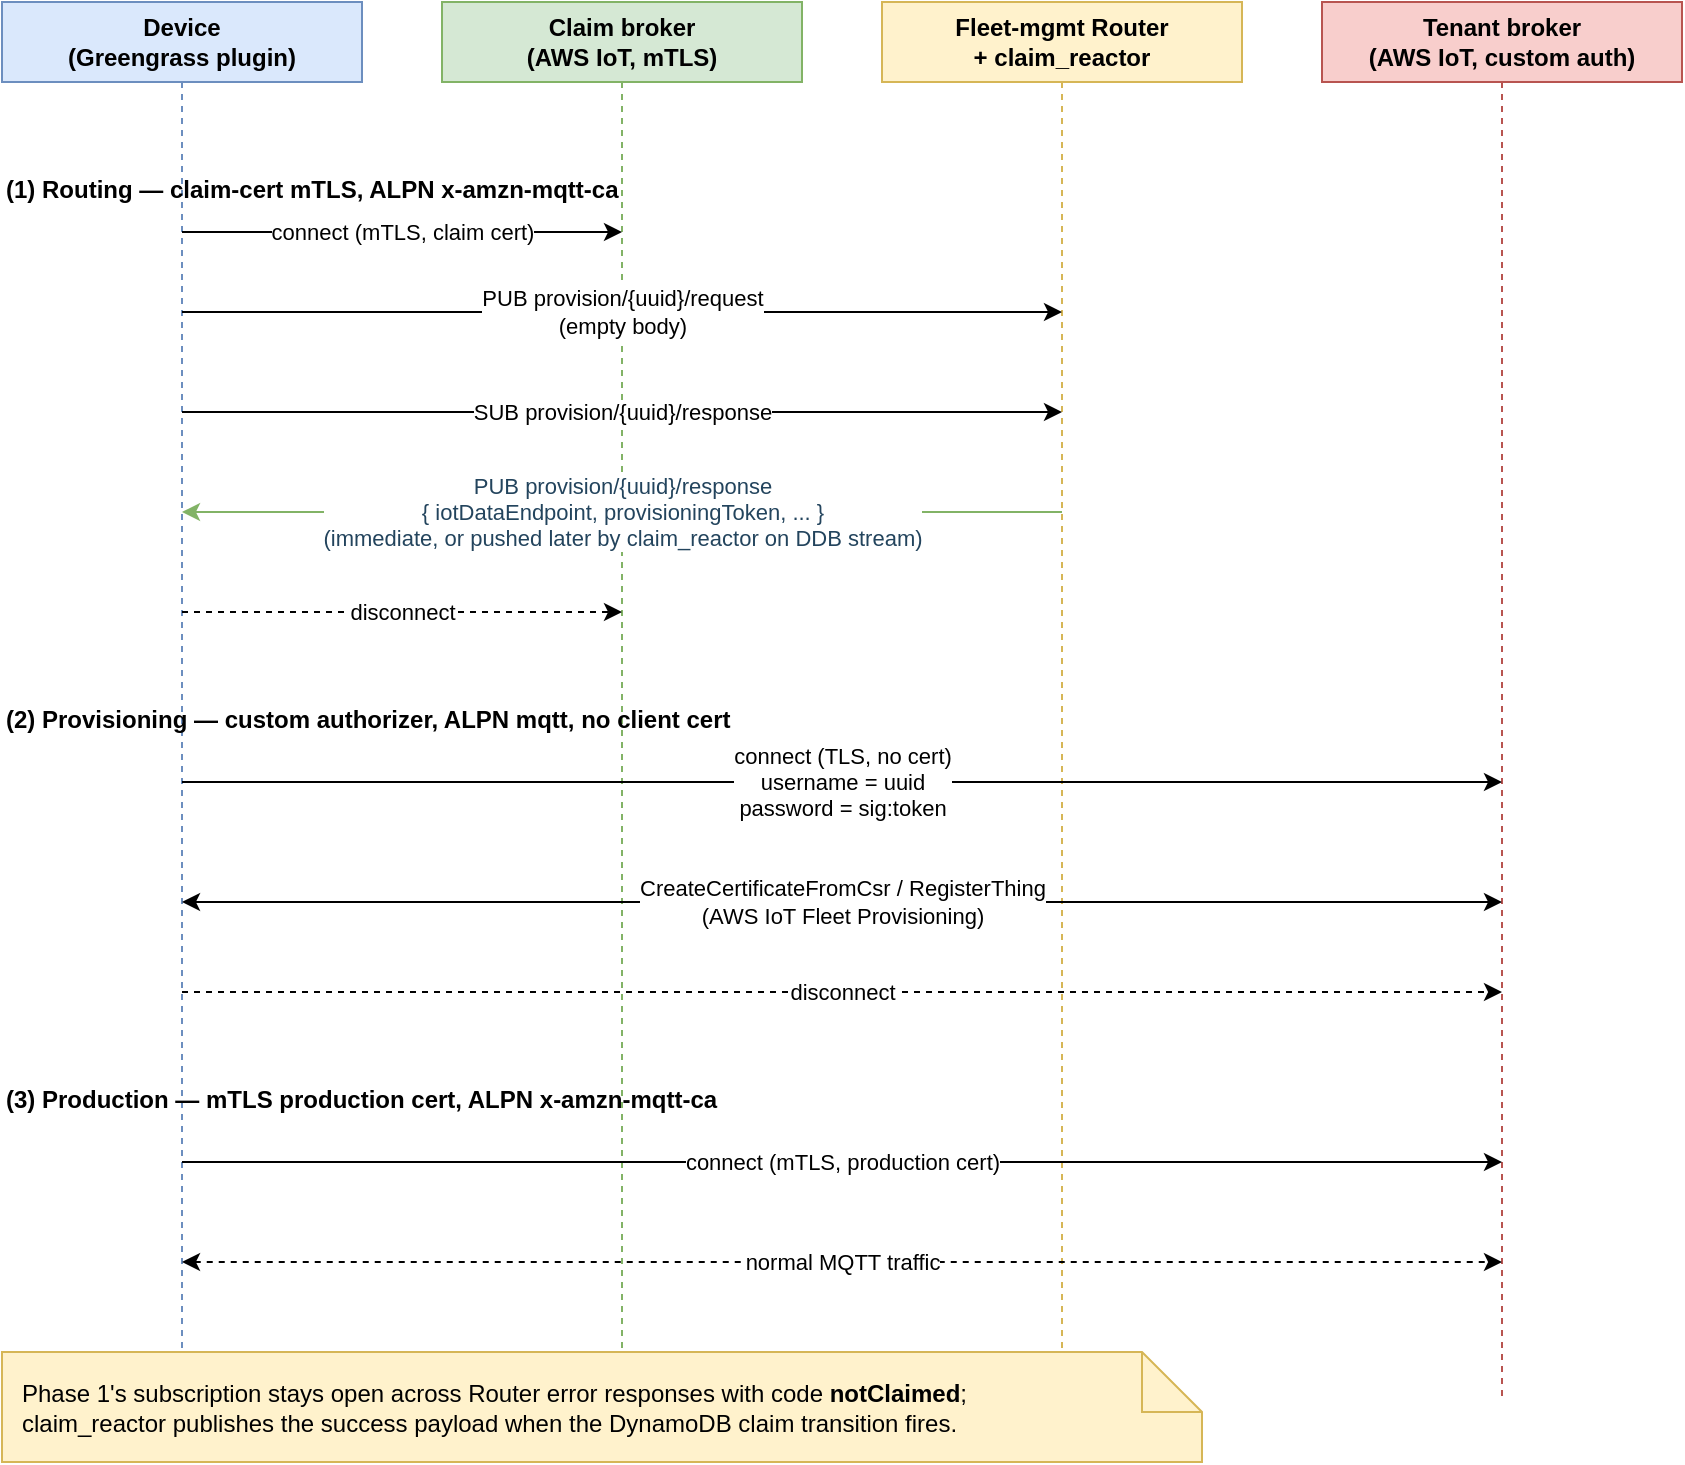
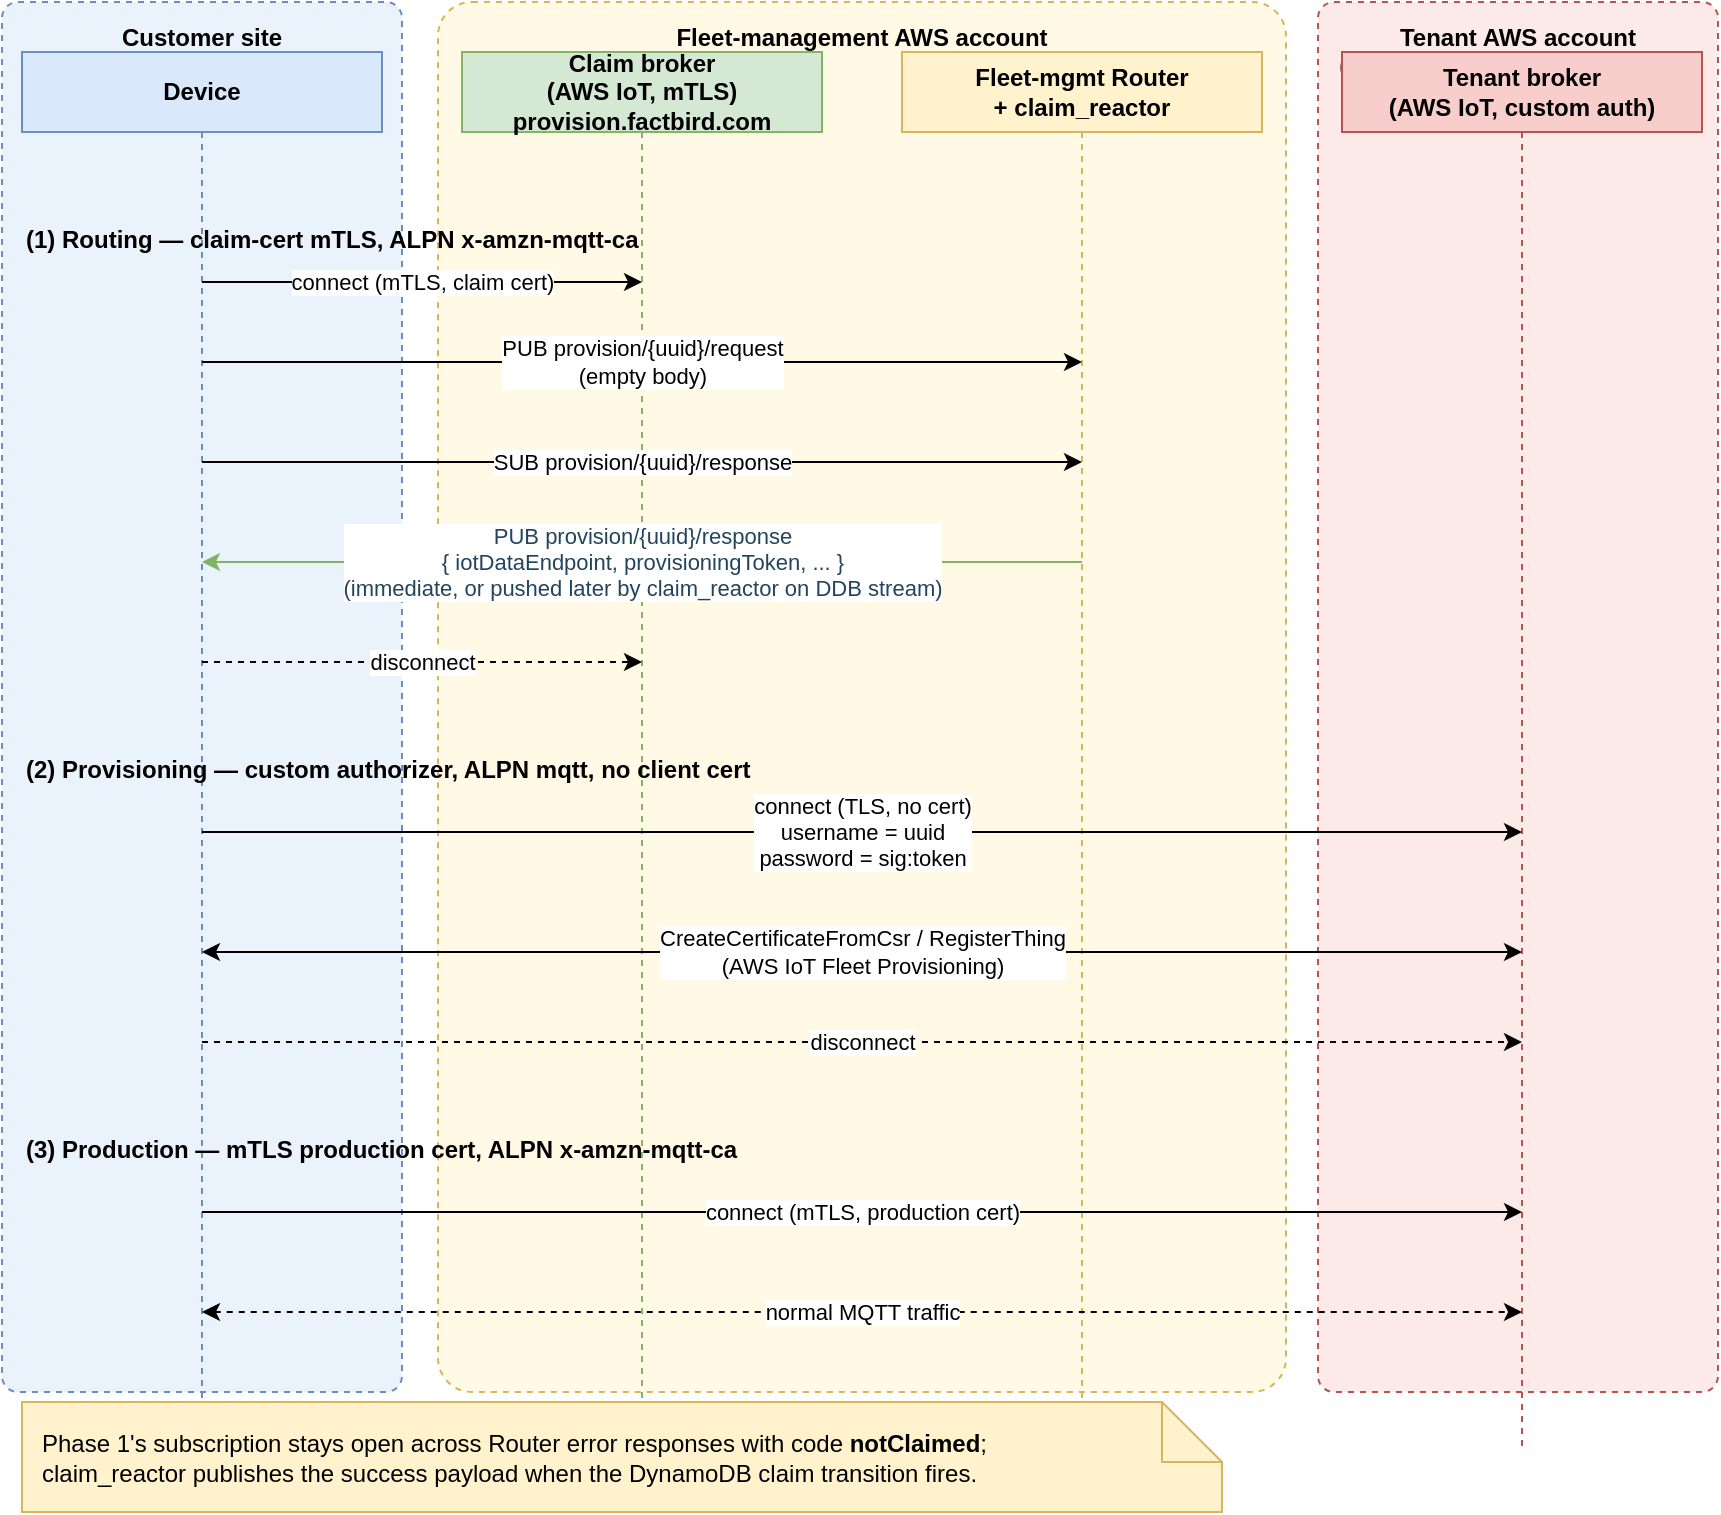
<?xml version="1.0" encoding="UTF-8"?>
<mxfile host="app.diagrams.net" type="device">
  <diagram id="provisioning-flow" name="Provisioning flow">
    <mxGraphModel dx="1422" dy="800" grid="1" gridSize="10" guides="1" tooltips="1" connect="1" arrows="1" fold="1" page="1" pageScale="1" pageWidth="980" pageHeight="800" math="0" shadow="0">
      <root>
        <mxCell id="0"/>
        <mxCell id="1" parent="0"/>

+         <!-- ===== Account / site boundaries (drawn first = behind lifelines) ===== -->
+         <mxCell id="acct-customer" value="Customer site" style="rounded=1;whiteSpace=wrap;html=1;dashed=1;fillColor=#EAF2FB;strokeColor=#6C8EBF;verticalAlign=top;fontStyle=1;fontSize=12;spacingTop=4;arcSize=4;" vertex="1" parent="1">
+           <mxGeometry x="30" y="15" width="200" height="695" as="geometry"/>
+         </mxCell>
+         <mxCell id="acct-fleet" value="Fleet-management AWS account" style="rounded=1;whiteSpace=wrap;html=1;dashed=1;fillColor=#FFF9E6;strokeColor=#D6B656;verticalAlign=top;fontStyle=1;fontSize=12;spacingTop=4;arcSize=4;" vertex="1" parent="1">
+           <mxGeometry x="248" y="15" width="424" height="695" as="geometry"/>
+         </mxCell>
+         <mxCell id="acct-tenant" value="Tenant AWS account&#10;(1 of N — one identical account per tenant)" style="rounded=1;whiteSpace=wrap;html=1;dashed=1;fillColor=#FBEAE8;strokeColor=#B85450;verticalAlign=top;fontStyle=1;fontSize=12;spacingTop=4;arcSize=4;" vertex="1" parent="1">
+           <mxGeometry x="688" y="15" width="200" height="695" as="geometry"/>
+         </mxCell>
+ 
        <!-- ===== Lifelines ===== -->
-         <mxCell id="dev" value="Device&lt;br&gt;(Greengrass plugin)" style="shape=umlLifeline;perimeter=lifelinePerimeter;whiteSpace=wrap;html=1;fillColor=#DAE8FC;strokeColor=#6C8EBF;fontStyle=1;" vertex="1" parent="1">
+         <mxCell id="dev" value="Device" style="shape=umlLifeline;perimeter=lifelinePerimeter;whiteSpace=wrap;html=1;fillColor=#DAE8FC;strokeColor=#6C8EBF;fontStyle=1;" vertex="1" parent="1">
          <mxGeometry x="40" y="40" width="180" height="700" as="geometry"/>
        </mxCell>
-         <mxCell id="claim" value="Claim broker&lt;br&gt;(AWS IoT, mTLS)" style="shape=umlLifeline;perimeter=lifelinePerimeter;whiteSpace=wrap;html=1;fillColor=#D5E8D4;strokeColor=#82B366;fontStyle=1;" vertex="1" parent="1">
+         <mxCell id="claim" value="Claim broker&lt;br&gt;(AWS IoT, mTLS)&lt;br&gt;provision.factbird.com" style="shape=umlLifeline;perimeter=lifelinePerimeter;whiteSpace=wrap;html=1;fillColor=#D5E8D4;strokeColor=#82B366;fontStyle=1;" vertex="1" parent="1">
          <mxGeometry x="260" y="40" width="180" height="700" as="geometry"/>
        </mxCell>
        <mxCell id="router" value="Fleet-mgmt Router&lt;br&gt;+ claim_reactor" style="shape=umlLifeline;perimeter=lifelinePerimeter;whiteSpace=wrap;html=1;fillColor=#FFF2CC;strokeColor=#D6B656;fontStyle=1;" vertex="1" parent="1">
          <mxGeometry x="480" y="40" width="180" height="700" as="geometry"/>
        </mxCell>
        <mxCell id="tenant" value="Tenant broker&lt;br&gt;(AWS IoT, custom auth)" style="shape=umlLifeline;perimeter=lifelinePerimeter;whiteSpace=wrap;html=1;fillColor=#F8CECC;strokeColor=#B85450;fontStyle=1;" vertex="1" parent="1">
          <mxGeometry x="700" y="40" width="180" height="700" as="geometry"/>
        </mxCell>

        <!-- ===== Phase 1: Routing ===== -->
        <mxCell id="phase1" value="(1) Routing — claim-cert mTLS, ALPN x-amzn-mqtt-ca" style="text;html=1;align=left;fontSize=12;fontStyle=1;" vertex="1" parent="1">
          <mxGeometry x="40" y="120" width="540" height="20" as="geometry"/>
        </mxCell>

        <mxCell id="msg1" value="connect (mTLS, claim cert)" style="endArrow=classic;html=1;rounded=0;" edge="1" parent="1">
          <mxGeometry relative="1" as="geometry">
            <mxPoint x="130" y="155" as="sourcePoint"/>
            <mxPoint x="350" y="155" as="targetPoint"/>
          </mxGeometry>
        </mxCell>

        <mxCell id="msg2" value="PUB provision/{uuid}/request&#10;(empty body)" style="endArrow=classic;html=1;rounded=0;" edge="1" parent="1">
          <mxGeometry relative="1" as="geometry">
            <mxPoint x="130" y="195" as="sourcePoint"/>
            <mxPoint x="570" y="195" as="targetPoint"/>
          </mxGeometry>
        </mxCell>

        <mxCell id="msg3" value="SUB provision/{uuid}/response" style="endArrow=classic;html=1;rounded=0;" edge="1" parent="1">
          <mxGeometry relative="1" as="geometry">
            <mxPoint x="130" y="245" as="sourcePoint"/>
            <mxPoint x="570" y="245" as="targetPoint"/>
          </mxGeometry>
        </mxCell>

        <mxCell id="msg4" value="PUB provision/{uuid}/response&#10;{ iotDataEndpoint, provisioningToken, ... }&#10;(immediate, or pushed later by claim_reactor on DDB stream)" style="endArrow=classic;html=1;rounded=0;strokeColor=#82B366;fontColor=#23445D;" edge="1" parent="1">
          <mxGeometry relative="1" as="geometry">
            <mxPoint x="570" y="295" as="sourcePoint"/>
            <mxPoint x="130" y="295" as="targetPoint"/>
          </mxGeometry>
        </mxCell>

        <mxCell id="msg5" value="disconnect" style="endArrow=classic;html=1;rounded=0;dashed=1;" edge="1" parent="1">
          <mxGeometry relative="1" as="geometry">
            <mxPoint x="130" y="345" as="sourcePoint"/>
            <mxPoint x="350" y="345" as="targetPoint"/>
          </mxGeometry>
        </mxCell>

        <!-- ===== Phase 2: Custom-auth provisioning ===== -->
        <mxCell id="phase2" value="(2) Provisioning — custom authorizer, ALPN mqtt, no client cert" style="text;html=1;align=left;fontSize=12;fontStyle=1;" vertex="1" parent="1">
          <mxGeometry x="40" y="385" width="600" height="20" as="geometry"/>
        </mxCell>

        <mxCell id="msg6" value="connect (TLS, no cert)&#10;username = uuid&#10;password = sig:token" style="endArrow=classic;html=1;rounded=0;" edge="1" parent="1">
          <mxGeometry relative="1" as="geometry">
            <mxPoint x="130" y="430" as="sourcePoint"/>
            <mxPoint x="790" y="430" as="targetPoint"/>
          </mxGeometry>
        </mxCell>

        <mxCell id="msg7" value="CreateCertificateFromCsr / RegisterThing&#10;(AWS IoT Fleet Provisioning)" style="endArrow=classic;startArrow=classic;html=1;rounded=0;" edge="1" parent="1">
          <mxGeometry relative="1" as="geometry">
            <mxPoint x="130" y="490" as="sourcePoint"/>
            <mxPoint x="790" y="490" as="targetPoint"/>
          </mxGeometry>
        </mxCell>

        <mxCell id="msg8" value="disconnect" style="endArrow=classic;html=1;rounded=0;dashed=1;" edge="1" parent="1">
          <mxGeometry relative="1" as="geometry">
            <mxPoint x="130" y="535" as="sourcePoint"/>
            <mxPoint x="790" y="535" as="targetPoint"/>
          </mxGeometry>
        </mxCell>

        <!-- ===== Phase 3: Production ===== -->
        <mxCell id="phase3" value="(3) Production — mTLS production cert, ALPN x-amzn-mqtt-ca" style="text;html=1;align=left;fontSize=12;fontStyle=1;" vertex="1" parent="1">
          <mxGeometry x="40" y="575" width="600" height="20" as="geometry"/>
        </mxCell>

        <mxCell id="msg9" value="connect (mTLS, production cert)" style="endArrow=classic;html=1;rounded=0;" edge="1" parent="1">
          <mxGeometry relative="1" as="geometry">
            <mxPoint x="130" y="620" as="sourcePoint"/>
            <mxPoint x="790" y="620" as="targetPoint"/>
          </mxGeometry>
        </mxCell>

        <mxCell id="msg10" value="normal MQTT traffic" style="endArrow=classic;startArrow=classic;html=1;rounded=0;dashed=1;" edge="1" parent="1">
          <mxGeometry relative="1" as="geometry">
            <mxPoint x="130" y="670" as="sourcePoint"/>
            <mxPoint x="790" y="670" as="targetPoint"/>
          </mxGeometry>
        </mxCell>

        <!-- ===== Footnote ===== -->
        <mxCell id="note" value="Phase 1's subscription stays open across Router error responses with code &lt;b&gt;notClaimed&lt;/b&gt;;&#10;claim_reactor publishes the success payload when the DynamoDB claim transition fires." style="shape=note;whiteSpace=wrap;html=1;backgroundOutline=1;fillColor=#FFF2CC;strokeColor=#D6B656;align=left;spacingLeft=8;" vertex="1" parent="1">
          <mxGeometry x="40" y="715" width="600" height="55" as="geometry"/>
        </mxCell>
      </root>
    </mxGraphModel>
  </diagram>
</mxfile>
